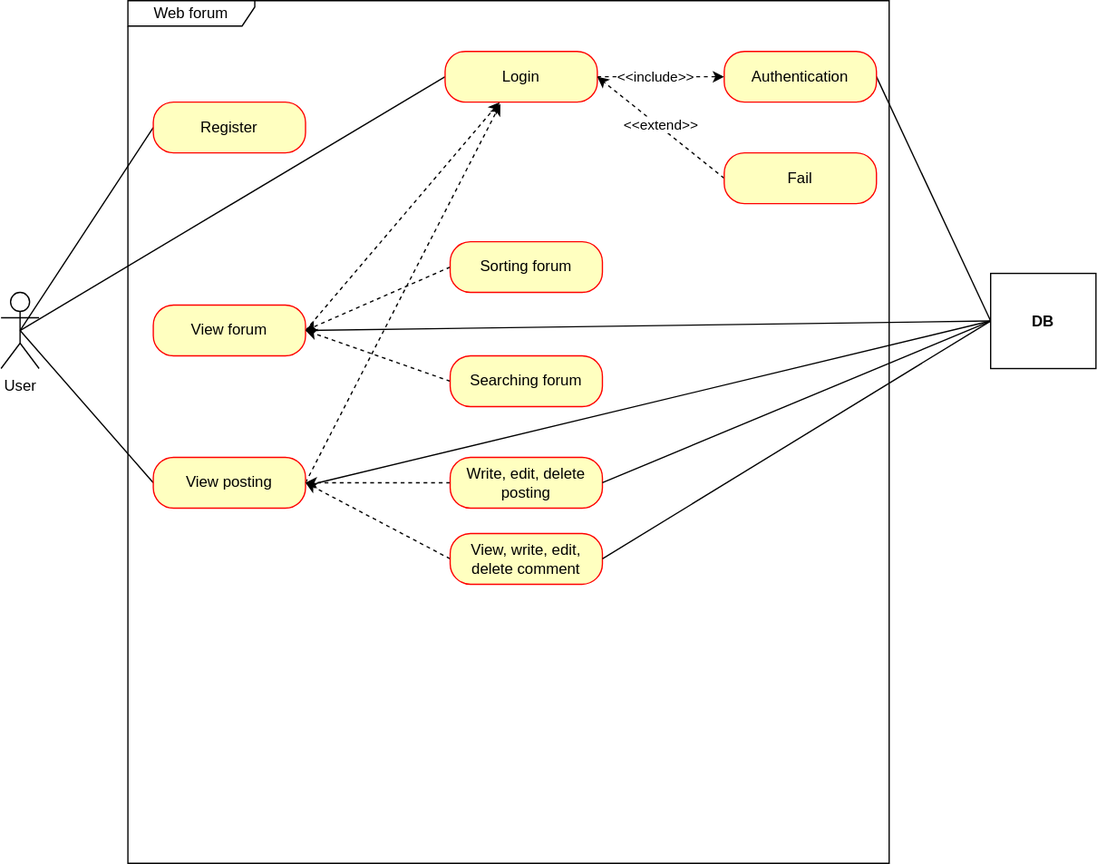
Earlier version of the draw.io export document/use-case.svg (smileLoopy/personal-project-forum). Source tidied: cells renumbered, new cells last; positions are measured from the earlier drawing's top-left corner, leaving out a move shared by most shapes.
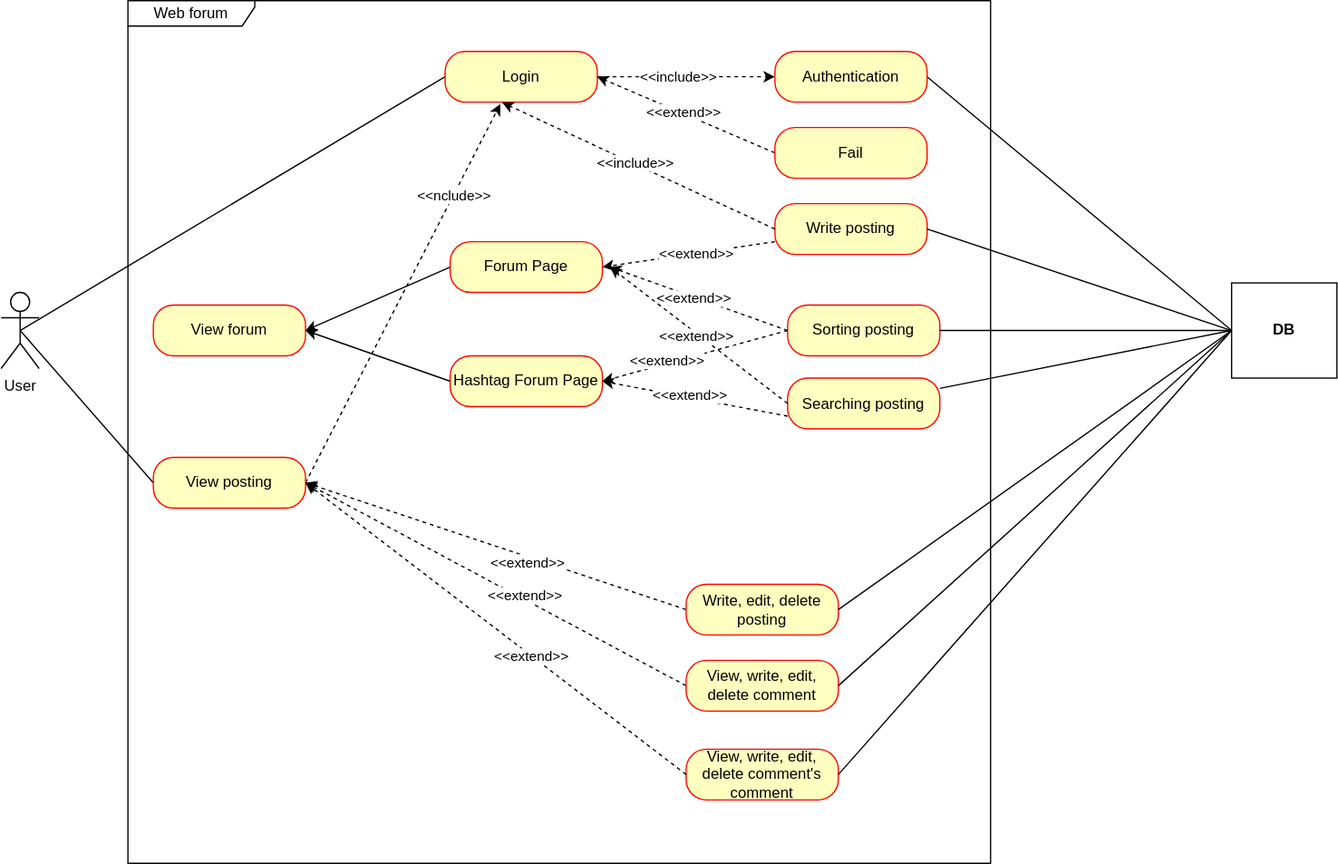
The same file after the commit.

The edit, as a diff of the source:
```diff
@@ -6,20 +6,8 @@
       <mxGeometry y="230" width="30" height="60" as="geometry" />
     </mxCell>
     <mxCell id="3" value="Web forum" style="shape=umlFrame;whiteSpace=wrap;html=1;width=100;height=20;" parent="1" vertex="1">
-      <mxGeometry x="100" width="600" height="680" as="geometry" />
+      <mxGeometry x="100" width="680" height="680" as="geometry" />
     </mxCell>
-    <mxCell id="4" style="rounded=0;jettySize=auto;html=1;exitX=0;exitY=0.5;exitDx=0;exitDy=0;endArrow=none;endFill=0;entryX=0.5;entryY=0.5;entryDx=0;entryDy=0;entryPerimeter=0;" parent="1" edge="1" source="5" target="2">
-      <mxGeometry relative="1" as="geometry" />
-    </mxCell>
-    <mxCell id="5" value="Register" style="rounded=1;whiteSpace=wrap;html=1;arcSize=40;fontColor=#000000;fillColor=#ffffc0;strokeColor=#ff0000;" parent="1" vertex="1">
-      <mxGeometry x="120" y="80" width="120" height="40" as="geometry" />
-    </mxCell>
-    <mxCell id="6" style="rounded=0;jettySize=auto;html=1;exitX=1;exitY=0.5;exitDx=0;exitDy=0;dashed=1;endArrow=classic;endFill=1;" parent="1" edge="1" source="8" target="15">
-      <mxGeometry relative="1" as="geometry" />
-    </mxCell>
-    <mxCell id="7" style="rounded=0;jettySize=auto;html=1;exitX=1;exitY=0.5;exitDx=0;exitDy=0;entryX=0;entryY=0.5;entryDx=0;entryDy=0;endArrow=none;endFill=0;" parent="1" edge="1" source="8" target="29">
-      <mxGeometry relative="1" as="geometry" />
-    </mxCell>
     <mxCell id="8" value="View forum" style="rounded=1;whiteSpace=wrap;html=1;arcSize=40;fontColor=#000000;fillColor=#ffffc0;strokeColor=#ff0000;" parent="1" vertex="1">
       <mxGeometry x="120" y="240" width="120" height="40" as="geometry" />
     </mxCell>
@@ -29,6 +17,9 @@
     <mxCell id="10" style="rounded=0;jettySize=auto;html=1;exitX=1;exitY=0.5;exitDx=0;exitDy=0;entryX=0.363;entryY=1.037;entryDx=0;entryDy=0;entryPerimeter=0;dashed=1;" parent="1" edge="1" source="11" target="15">
       <mxGeometry relative="1" as="geometry" />
     </mxCell>
+    <mxCell id="33" value="&amp;lt;&amp;lt;nclude&amp;gt;&amp;gt;" style="edgeLabel;html=1;align=center;verticalAlign=middle;" parent="10" vertex="1">
+      <mxGeometry x="0.52" relative="1" as="geometry" />
+    </mxCell>
     <mxCell id="11" value="View posting" style="rounded=1;whiteSpace=wrap;html=1;arcSize=40;fontColor=#000000;fillColor=#ffffc0;strokeColor=#ff0000;" parent="1" vertex="1">
       <mxGeometry x="120" y="360" width="120" height="40" as="geometry" />
     </mxCell>
@@ -48,7 +39,7 @@
       <mxGeometry relative="1" as="geometry" />
     </mxCell>
     <mxCell id="17" value="Authentication" style="rounded=1;whiteSpace=wrap;html=1;arcSize=40;fontColor=#000000;fillColor=#ffffc0;strokeColor=#ff0000;" parent="1" vertex="1">
-      <mxGeometry x="570" y="40" width="120" height="40" as="geometry" />
+      <mxGeometry x="610" y="40" width="120" height="40" as="geometry" />
     </mxCell>
     <mxCell id="18" style="rounded=0;jettySize=auto;html=1;exitX=0;exitY=0.5;exitDx=0;exitDy=0;entryX=1;entryY=0.5;entryDx=0;entryDy=0;endArrow=classic;endFill=1;dashed=1;" parent="1" edge="1" source="20" target="15">
       <mxGeometry relative="1" as="geometry" />
@@ -57,49 +48,128 @@
       <mxGeometry x="0.03" y="-1" relative="1" as="geometry" />
     </mxCell>
     <mxCell id="20" value="Fail" style="rounded=1;whiteSpace=wrap;html=1;arcSize=40;fontColor=#000000;fillColor=#ffffc0;strokeColor=#ff0000;" parent="1" vertex="1">
-      <mxGeometry x="570" y="120" width="120" height="40" as="geometry" />
+      <mxGeometry x="610" y="100" width="120" height="40" as="geometry" />
     </mxCell>
-    <mxCell id="21" style="rounded=0;jettySize=auto;html=1;exitX=0;exitY=0.5;exitDx=0;exitDy=0;entryX=1;entryY=0.5;entryDx=0;entryDy=0;dashed=1;" parent="1" edge="1" source="22" target="8">
+    <mxCell id="21" style="rounded=0;jettySize=auto;html=1;exitX=0;exitY=0.5;exitDx=0;exitDy=0;entryX=1;entryY=0.5;entryDx=0;entryDy=0;" parent="1" edge="1" source="22" target="8">
       <mxGeometry relative="1" as="geometry" />
     </mxCell>
-    <mxCell id="22" value="Sorting forum" style="rounded=1;whiteSpace=wrap;html=1;arcSize=40;fontColor=#000000;fillColor=#ffffc0;strokeColor=#ff0000;" parent="1" vertex="1">
+    <mxCell id="22" value="Forum Page" style="rounded=1;whiteSpace=wrap;html=1;arcSize=40;fontColor=#000000;fillColor=#ffffc0;strokeColor=#ff0000;" parent="1" vertex="1">
       <mxGeometry x="354" y="190" width="120" height="40" as="geometry" />
     </mxCell>
-    <mxCell id="23" style="rounded=0;jettySize=auto;html=1;exitX=0;exitY=0.5;exitDx=0;exitDy=0;dashed=1;" parent="1" edge="1" source="24">
+    <mxCell id="23" style="rounded=0;jettySize=auto;html=1;exitX=0;exitY=0.5;exitDx=0;exitDy=0;" parent="1" edge="1" source="24">
       <mxGeometry relative="1" as="geometry">
         <mxPoint x="240" y="260" as="targetPoint" />
       </mxGeometry>
     </mxCell>
-    <mxCell id="24" value="Searching forum" style="rounded=1;whiteSpace=wrap;html=1;arcSize=40;fontColor=#000000;fillColor=#ffffc0;strokeColor=#ff0000;" parent="1" vertex="1">
+    <mxCell id="24" value="Hashtag Forum Page" style="rounded=1;whiteSpace=wrap;html=1;arcSize=40;fontColor=#000000;fillColor=#ffffc0;strokeColor=#ff0000;" parent="1" vertex="1">
       <mxGeometry x="354" y="280" width="120" height="40" as="geometry" />
     </mxCell>
     <mxCell id="25" style="rounded=0;jettySize=auto;html=1;exitX=0;exitY=0.5;exitDx=0;exitDy=0;entryX=1;entryY=0.5;entryDx=0;entryDy=0;dashed=1;" parent="1" edge="1" source="26" target="11">
       <mxGeometry relative="1" as="geometry" />
     </mxCell>
+    <mxCell id="34" value="&amp;lt;&amp;lt;extend&amp;gt;&amp;gt;" style="edgeLabel;html=1;align=center;verticalAlign=middle;" parent="25" vertex="1">
+      <mxGeometry x="-0.17" y="3" relative="1" as="geometry">
+        <mxPoint y="1" as="offset" />
+      </mxGeometry>
+    </mxCell>
     <mxCell id="26" value="Write, edit, delete posting" style="rounded=1;whiteSpace=wrap;html=1;arcSize=40;fontColor=#000000;fillColor=#ffffc0;strokeColor=#ff0000;" parent="1" vertex="1">
-      <mxGeometry x="354" y="360" width="120" height="40" as="geometry" />
+      <mxGeometry x="540" y="460" width="120" height="40" as="geometry" />
     </mxCell>
     <mxCell id="27" style="rounded=0;jettySize=auto;html=1;exitX=0;exitY=0.5;exitDx=0;exitDy=0;dashed=1;" parent="1" edge="1" source="28">
       <mxGeometry relative="1" as="geometry">
         <mxPoint x="240" y="380" as="targetPoint" />
       </mxGeometry>
     </mxCell>
+    <mxCell id="35" value="&amp;lt;&amp;lt;extend&amp;gt;&amp;gt;" style="edgeLabel;html=1;align=center;verticalAlign=middle;" parent="27" vertex="1">
+      <mxGeometry x="-0.14" y="-2" relative="1" as="geometry">
+        <mxPoint y="-1" as="offset" />
+      </mxGeometry>
+    </mxCell>
     <mxCell id="28" value="View, write, edit, delete comment" style="rounded=1;whiteSpace=wrap;html=1;arcSize=40;fontColor=#000000;fillColor=#ffffc0;strokeColor=#ff0000;" parent="1" vertex="1">
-      <mxGeometry x="354" y="420" width="120" height="40" as="geometry" />
+      <mxGeometry x="540" y="520" width="120" height="40" as="geometry" />
     </mxCell>
     <mxCell id="29" value="&lt;b&gt;DB&lt;/b&gt;" style="html=1;whiteSpace=wrap;" parent="1" vertex="1">
-      <mxGeometry x="780" y="215" width="83" height="75" as="geometry" />
+      <mxGeometry x="970" y="222.5" width="83" height="75" as="geometry" />
     </mxCell>
-    <mxCell id="30" style="rounded=0;jettySize=auto;html=1;entryX=0;entryY=0.5;entryDx=0;entryDy=0;endArrow=none;endFill=0;" parent="1" edge="1" target="29">
-      <mxGeometry relative="1" as="geometry">
-        <mxPoint x="250" y="380" as="sourcePoint" />
-      </mxGeometry>
-    </mxCell>
     <mxCell id="31" style="rounded=0;jettySize=auto;html=1;entryX=0;entryY=0.5;entryDx=0;entryDy=0;endArrow=none;endFill=0;exitX=1;exitY=0.5;exitDx=0;exitDy=0;" parent="1" edge="1" source="26" target="29">
       <mxGeometry relative="1" as="geometry" />
     </mxCell>
     <mxCell id="32" style="rounded=0;jettySize=auto;html=1;endArrow=none;endFill=0;exitX=1;exitY=0.5;exitDx=0;exitDy=0;entryX=0;entryY=0.5;entryDx=0;entryDy=0;" parent="1" edge="1" source="28" target="29">
       <mxGeometry relative="1" as="geometry" />
     </mxCell>
+    <mxCell id="36" value="View, write, edit, delete comment's comment" style="rounded=1;whiteSpace=wrap;html=1;arcSize=40;fontColor=#000000;fillColor=#ffffc0;strokeColor=#ff0000;" parent="1" vertex="1">
+      <mxGeometry x="540" y="590" width="120" height="40" as="geometry" />
+    </mxCell>
+    <mxCell id="37" style="rounded=0;jettySize=auto;html=1;exitX=0;exitY=0.5;exitDx=0;exitDy=0;dashed=1;entryX=1;entryY=0.5;entryDx=0;entryDy=0;" parent="1" edge="1" source="36" target="11">
+      <mxGeometry relative="1" as="geometry" />
+    </mxCell>
+    <mxCell id="38" value="&amp;lt;&amp;lt;extend&amp;gt;&amp;gt;" style="edgeLabel;html=1;align=center;verticalAlign=middle;" parent="37" vertex="1">
+      <mxGeometry x="-0.19" relative="1" as="geometry">
+        <mxPoint x="-1" as="offset" />
+      </mxGeometry>
+    </mxCell>
+    <mxCell id="39" style="rounded=0;jettySize=auto;html=1;endArrow=none;endFill=0;exitX=1;exitY=0.5;exitDx=0;exitDy=0;" parent="1" edge="1" source="36">
+      <mxGeometry relative="1" as="geometry">
+        <mxPoint x="970" y="260" as="targetPoint" />
+      </mxGeometry>
+    </mxCell>
+    <mxCell id="40" value="Write posting" style="rounded=1;whiteSpace=wrap;html=1;arcSize=40;fontColor=#000000;fillColor=#ffffc0;strokeColor=#ff0000;" parent="1" vertex="1">
+      <mxGeometry x="610" y="160" width="120" height="40" as="geometry" />
+    </mxCell>
+    <mxCell id="41" value="Sorting posting" style="rounded=1;whiteSpace=wrap;html=1;arcSize=40;fontColor=#000000;fillColor=#ffffc0;strokeColor=#ff0000;" parent="1" vertex="1">
+      <mxGeometry x="620" y="240" width="120" height="40" as="geometry" />
+    </mxCell>
+    <mxCell id="42" value="Searching posting" style="rounded=1;whiteSpace=wrap;html=1;arcSize=40;fontColor=#000000;fillColor=#ffffc0;strokeColor=#ff0000;" parent="1" vertex="1">
+      <mxGeometry x="620" y="297.5" width="120" height="40" as="geometry" />
+    </mxCell>
+    <mxCell id="43" style="rounded=0;jettySize=auto;html=1;exitX=0;exitY=0.5;exitDx=0;exitDy=0;entryX=0.375;entryY=1.008;entryDx=0;entryDy=0;endArrow=classic;endFill=1;dashed=1;entryPerimeter=0;" parent="1" edge="1" source="40" target="15">
+      <mxGeometry relative="1" as="geometry" />
+    </mxCell>
+    <mxCell id="44" value="&amp;lt;&amp;lt;include&amp;gt;&amp;gt;" style="edgeLabel;html=1;align=center;verticalAlign=middle;" parent="43" vertex="1">
+      <mxGeometry x="0.03" y="-1" relative="1" as="geometry" />
+    </mxCell>
+    <mxCell id="45" style="rounded=0;jettySize=auto;html=1;exitX=0;exitY=0.75;exitDx=0;exitDy=0;entryX=1;entryY=0.5;entryDx=0;entryDy=0;endArrow=classic;endFill=1;dashed=1;" parent="1" edge="1" source="40" target="22">
+      <mxGeometry relative="1" as="geometry" />
+    </mxCell>
+    <mxCell id="46" value="&amp;lt;&amp;lt;extend&amp;gt;&amp;gt;" style="edgeLabel;html=1;align=center;verticalAlign=middle;" parent="45" vertex="1">
+      <mxGeometry x="-0.08" relative="1" as="geometry" />
+    </mxCell>
+    <mxCell id="47" style="rounded=0;jettySize=auto;html=1;exitX=0;exitY=0.5;exitDx=0;exitDy=0;endArrow=classic;endFill=1;dashed=1;" parent="1" edge="1" source="41">
+      <mxGeometry relative="1" as="geometry">
+        <mxPoint x="480" y="210" as="targetPoint" />
+      </mxGeometry>
+    </mxCell>
+    <mxCell id="48" value="&amp;lt;&amp;lt;extend&amp;gt;&amp;gt;" style="edgeLabel;html=1;align=center;verticalAlign=middle;" parent="47" vertex="1">
+      <mxGeometry x="0.07" y="1" relative="1" as="geometry" />
+    </mxCell>
+    <mxCell id="49" style="rounded=0;jettySize=auto;html=1;exitX=0;exitY=0.5;exitDx=0;exitDy=0;endArrow=classic;endFill=1;dashed=1;entryX=1;entryY=0.5;entryDx=0;entryDy=0;" parent="1" edge="1" source="41" target="24">
+      <mxGeometry relative="1" as="geometry" />
+    </mxCell>
+    <mxCell id="50" value="&amp;lt;&amp;lt;extend&amp;gt;&amp;gt;" style="edgeLabel;html=1;align=center;verticalAlign=middle;" parent="49" vertex="1">
+      <mxGeometry x="0.3" y="-3" relative="1" as="geometry" />
+    </mxCell>
+    <mxCell id="51" style="rounded=0;jettySize=auto;html=1;exitX=0;exitY=0.5;exitDx=0;exitDy=0;endArrow=classic;endFill=1;dashed=1;" parent="1" edge="1" source="42">
+      <mxGeometry relative="1" as="geometry">
+        <mxPoint x="480" y="210" as="targetPoint" />
+      </mxGeometry>
+    </mxCell>
+    <mxCell id="52" value="&amp;lt;&amp;lt;extend&amp;gt;&amp;gt;" style="edgeLabel;html=1;align=center;verticalAlign=middle;" parent="51" vertex="1">
+      <mxGeometry x="0.03" y="2" relative="1" as="geometry" />
+    </mxCell>
+    <mxCell id="53" style="rounded=0;jettySize=auto;html=1;endArrow=classic;endFill=1;dashed=1;entryX=1;entryY=0.5;entryDx=0;entryDy=0;exitX=0;exitY=0.75;exitDx=0;exitDy=0;" parent="1" edge="1" source="42" target="24">
+      <mxGeometry relative="1" as="geometry" />
+    </mxCell>
+    <mxCell id="54" value="&amp;lt;&amp;lt;extend&amp;gt;&amp;gt;" style="edgeLabel;html=1;align=center;verticalAlign=middle;" parent="53" vertex="1">
+      <mxGeometry x="0.06" y="-2" relative="1" as="geometry" />
+    </mxCell>
+    <mxCell id="55" style="rounded=0;jettySize=auto;html=1;exitX=1;exitY=0.5;exitDx=0;exitDy=0;entryX=0;entryY=0.5;entryDx=0;entryDy=0;endArrow=none;endFill=0;" parent="1" edge="1" source="40" target="29">
+      <mxGeometry relative="1" as="geometry" />
+    </mxCell>
+    <mxCell id="56" style="rounded=0;jettySize=auto;html=1;entryX=0;entryY=0.5;entryDx=0;entryDy=0;endArrow=none;endFill=0;" parent="1" edge="1" source="41" target="29">
+      <mxGeometry relative="1" as="geometry" />
+    </mxCell>
+    <mxCell id="57" style="rounded=0;jettySize=auto;html=1;entryX=0;entryY=0.5;entryDx=0;entryDy=0;endArrow=none;endFill=0;" parent="1" edge="1" source="42" target="29">
+      <mxGeometry relative="1" as="geometry" />
+    </mxCell>
   </root>
 </mxGraphModel>
```
